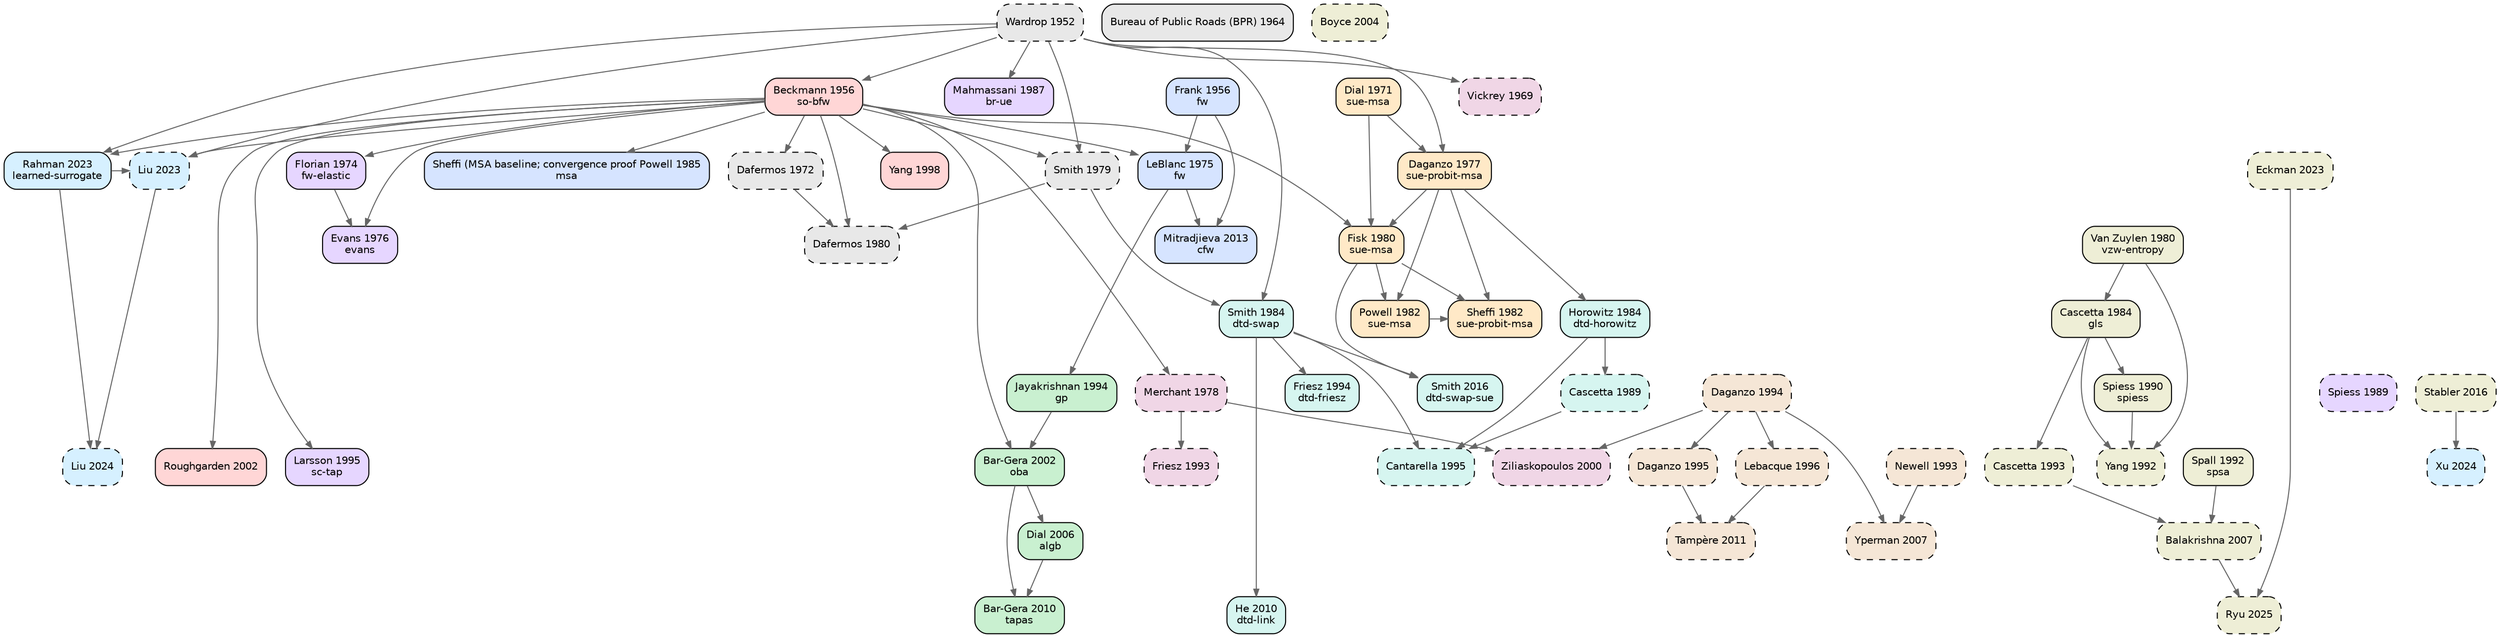
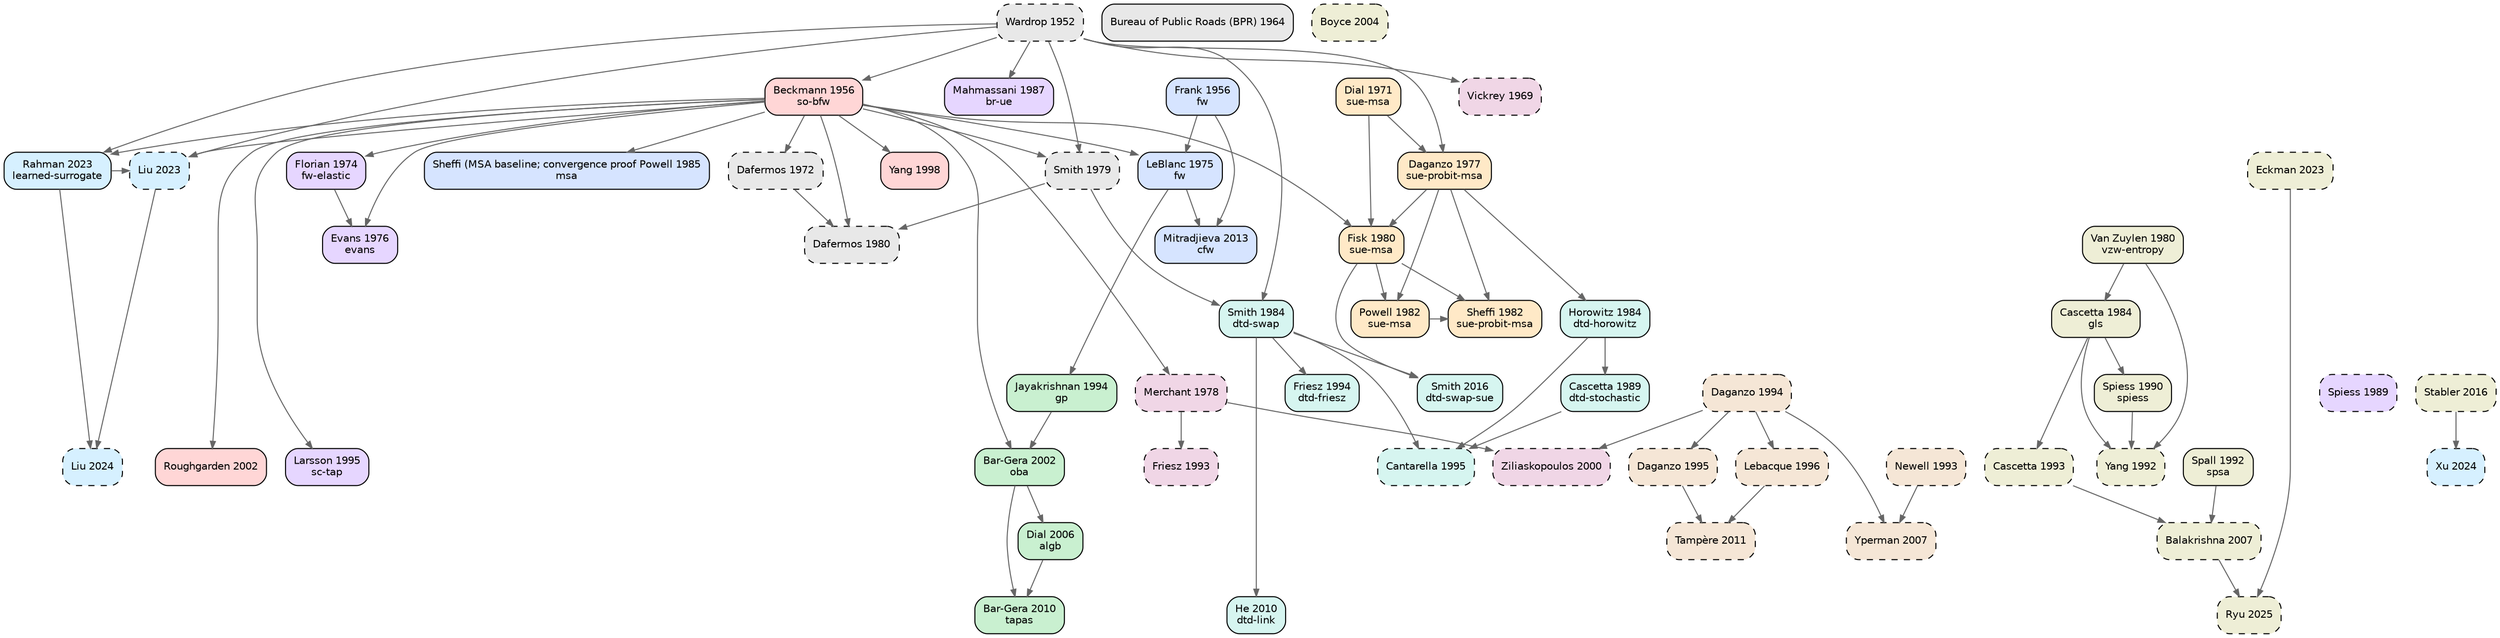
digraph TA_evolution {
  rankdir=TB; node [shape=box,style="rounded,filled",fontname="Helvetica",fontsize=10];
  edge [color="#666666",arrowsize=0.7];
  { rank=same; "wardrop1952some" }
  { rank=same; "frank1956algorithm" "beckmann1956studies" }
  { rank=same; "bpr1964traffic" }
  { rank=same; "vickrey1969congestion" }
  { rank=same; "dial1971probabilistic" }
  { rank=same; "dafermos1972traffic" }
  { rank=same; "florian1974method" }
  { rank=same; "leblanc1975efficient" }
  { rank=same; "evans1976derivation" }
  { rank=same; "daganzo1977stochastic" }
  { rank=same; "merchant1978model" }
  { rank=same; "smith1979existence" }
  { rank=same; "dafermos1980traffic" "fisk1980some" "vanzuylen1980most" }
  { rank=same; "powell1982convergence" "sheffi1982algorithm" }
  { rank=same; "horowitz1984stability" "smith1984stability" "cascetta1984estimation" }
  { rank=same; "sheffi1985urban" }
  { rank=same; "mahmassani1987on" }
  { rank=same; "spiess1989optimal" "cascetta1989stochastic" }
  { rank=same; "spiess1990gradient" }
  { rank=same; "spall1992multivariate" "yang1992estimation" }
  { rank=same; "newell1993simplified" "friesz1993variational" "cascetta1993dynamic" }
  { rank=same; "jayakrishnan1994faster" "friesz1994daytoday" "daganzo1994cell" }
  { rank=same; "larsson1995augmented" "cantarella1995dynamic" "daganzo1995cell" }
  { rank=same; "lebacque1996godunov" }
  { rank=same; "yang1998principle" }
  { rank=same; "ziliaskopoulos2000linear" }
  { rank=same; "bargera2002origin" "roughgarden2002how" }
  { rank=same; "boyce2004convergence" }
  { rank=same; "dial2006path" }
  { rank=same; "yperman2007link" "balakrishna2007offline" }
  { rank=same; "bargera2010traffic" "he2010linkbased" }
  { rank=same; "tampere2011generic" }
  { rank=same; "mitradjieva2013stiff" }
  { rank=same; "smith2016routeswapping" "stabler2016transportation" }
  { rank=same; "liu2023end" "rahman2023data" "eckman2023simopt" }
  { rank=same; "liu2024end" "xu2024unified" }
  { rank=same; "ryu2025bo4mob" }
  "wardrop1952some" [label="Wardrop 1952\n",fillcolor="#e8e8e8",style="rounded,filled,dashed"];
  "bpr1964traffic" [label="Bureau of Public Roads (BPR) 1964\n",fillcolor="#e8e8e8",style="rounded,filled"];
  "dafermos1972traffic" [label="Dafermos 1972\n",fillcolor="#e8e8e8",style="rounded,filled,dashed"];
  "smith1979existence" [label="Smith 1979\n",fillcolor="#e8e8e8",style="rounded,filled,dashed"];
  "dafermos1980traffic" [label="Dafermos 1980\n",fillcolor="#e8e8e8",style="rounded,filled,dashed"];
  "frank1956algorithm" [label="Frank 1956\nfw",fillcolor="#d6e4ff",style="rounded,filled"];
  "leblanc1975efficient" [label="LeBlanc 1975\nfw",fillcolor="#d6e4ff",style="rounded,filled"];
  "sheffi1985urban" [label="Sheffi (MSA baseline; convergence proof Powell 1985\nmsa",fillcolor="#d6e4ff",style="rounded,filled"];
  "mitradjieva2013stiff" [label="Mitradjieva 2013\ncfw",fillcolor="#d6e4ff",style="rounded,filled"];
  "jayakrishnan1994faster" [label="Jayakrishnan 1994\ngp",fillcolor="#c9f0d0",style="rounded,filled"];
  "bargera2002origin" [label="Bar-Gera 2002\noba",fillcolor="#c9f0d0",style="rounded,filled"];
  "dial2006path" [label="Dial 2006\nalgb",fillcolor="#c9f0d0",style="rounded,filled"];
  "bargera2010traffic" [label="Bar-Gera 2010\ntapas",fillcolor="#c9f0d0",style="rounded,filled"];
  "dial1971probabilistic" [label="Dial 1971\nsue-msa",fillcolor="#ffe9c7",style="rounded,filled"];
  "daganzo1977stochastic" [label="Daganzo 1977\nsue-probit-msa",fillcolor="#ffe9c7",style="rounded,filled"];
  "fisk1980some" [label="Fisk 1980\nsue-msa",fillcolor="#ffe9c7",style="rounded,filled"];
  "powell1982convergence" [label="Powell 1982\nsue-msa",fillcolor="#ffe9c7",style="rounded,filled"];
  "sheffi1982algorithm" [label="Sheffi 1982\nsue-probit-msa",fillcolor="#ffe9c7",style="rounded,filled"];
  "beckmann1956studies" [label="Beckmann 1956\nso-bfw",fillcolor="#ffd6d6",style="rounded,filled"];
  "yang1998principle" [label="Yang 1998\n",fillcolor="#ffd6d6",style="rounded,filled"];
  "roughgarden2002how" [label="Roughgarden 2002\n",fillcolor="#ffd6d6",style="rounded,filled"];
  "florian1974method" [label="Florian 1974\nfw-elastic",fillcolor="#e6d6ff",style="rounded,filled"];
  "evans1976derivation" [label="Evans 1976\nevans",fillcolor="#e6d6ff",style="rounded,filled"];
  "mahmassani1987on" [label="Mahmassani 1987\nbr-ue",fillcolor="#e6d6ff",style="rounded,filled"];
  "spiess1989optimal" [label="Spiess 1989\n",fillcolor="#e6d6ff",style="rounded,filled,dashed"];
  "larsson1995augmented" [label="Larsson 1995\nsc-tap",fillcolor="#e6d6ff",style="rounded,filled"];
  "horowitz1984stability" [label="Horowitz 1984\ndtd-horowitz",fillcolor="#d6f5f0",style="rounded,filled"];
  "smith1984stability" [label="Smith 1984\ndtd-swap",fillcolor="#d6f5f0",style="rounded,filled"];
-   "cascetta1989stochastic" [label="Cascetta 1989\n",fillcolor="#d6f5f0",style="rounded,filled,dashed"];
+   "cascetta1989stochastic" [label="Cascetta 1989\ndtd-stochastic",fillcolor="#d6f5f0",style="rounded,filled"];
  "friesz1994daytoday" [label="Friesz 1994\ndtd-friesz",fillcolor="#d6f5f0",style="rounded,filled"];
  "cantarella1995dynamic" [label="Cantarella 1995\n",fillcolor="#d6f5f0",style="rounded,filled,dashed"];
  "he2010linkbased" [label="He 2010\ndtd-link",fillcolor="#d6f5f0",style="rounded,filled"];
  "smith2016routeswapping" [label="Smith 2016\ndtd-swap-sue",fillcolor="#d6f5f0",style="rounded,filled"];
  "newell1993simplified" [label="Newell 1993\n",fillcolor="#f5e6d6",style="rounded,filled,dashed"];
  "daganzo1994cell" [label="Daganzo 1994\n",fillcolor="#f5e6d6",style="rounded,filled,dashed"];
  "daganzo1995cell" [label="Daganzo 1995\n",fillcolor="#f5e6d6",style="rounded,filled,dashed"];
  "lebacque1996godunov" [label="Lebacque 1996\n",fillcolor="#f5e6d6",style="rounded,filled,dashed"];
  "yperman2007link" [label="Yperman 2007\n",fillcolor="#f5e6d6",style="rounded,filled,dashed"];
  "tampere2011generic" [label="Tampère 2011\n",fillcolor="#f5e6d6",style="rounded,filled,dashed"];
  "vickrey1969congestion" [label="Vickrey 1969\n",fillcolor="#f0d6e6",style="rounded,filled,dashed"];
  "merchant1978model" [label="Merchant 1978\n",fillcolor="#f0d6e6",style="rounded,filled,dashed"];
  "friesz1993variational" [label="Friesz 1993\n",fillcolor="#f0d6e6",style="rounded,filled,dashed"];
  "ziliaskopoulos2000linear" [label="Ziliaskopoulos 2000\n",fillcolor="#f0d6e6",style="rounded,filled,dashed"];
  "liu2023end" [label="Liu 2023\n",fillcolor="#d6f0ff",style="rounded,filled,dashed"];
  "rahman2023data" [label="Rahman 2023\nlearned-surrogate",fillcolor="#d6f0ff",style="rounded,filled"];
  "liu2024end" [label="Liu 2024\n",fillcolor="#d6f0ff",style="rounded,filled,dashed"];
  "xu2024unified" [label="Xu 2024\n",fillcolor="#d6f0ff",style="rounded,filled,dashed"];
  "vanzuylen1980most" [label="Van Zuylen 1980\nvzw-entropy",fillcolor="#eeeed6",style="rounded,filled"];
  "cascetta1984estimation" [label="Cascetta 1984\ngls",fillcolor="#eeeed6",style="rounded,filled"];
  "spiess1990gradient" [label="Spiess 1990\nspiess",fillcolor="#eeeed6",style="rounded,filled"];
  "spall1992multivariate" [label="Spall 1992\nspsa",fillcolor="#eeeed6",style="rounded,filled"];
  "yang1992estimation" [label="Yang 1992\n",fillcolor="#eeeed6",style="rounded,filled,dashed"];
  "cascetta1993dynamic" [label="Cascetta 1993\n",fillcolor="#eeeed6",style="rounded,filled,dashed"];
  "boyce2004convergence" [label="Boyce 2004\n",fillcolor="#eeeed6",style="rounded,filled,dashed"];
  "balakrishna2007offline" [label="Balakrishna 2007\n",fillcolor="#eeeed6",style="rounded,filled,dashed"];
  "stabler2016transportation" [label="Stabler 2016\n",fillcolor="#eeeed6",style="rounded,filled,dashed"];
  "eckman2023simopt" [label="Eckman 2023\n",fillcolor="#eeeed6",style="rounded,filled,dashed"];
  "ryu2025bo4mob" [label="Ryu 2025\n",fillcolor="#eeeed6",style="rounded,filled,dashed"];
  "beckmann1956studies" -> "dafermos1972traffic";
  "wardrop1952some" -> "smith1979existence";
  "beckmann1956studies" -> "smith1979existence";
  "smith1979existence" -> "dafermos1980traffic";
  "beckmann1956studies" -> "dafermos1980traffic";
  "dafermos1972traffic" -> "dafermos1980traffic";
  "frank1956algorithm" -> "leblanc1975efficient";
  "beckmann1956studies" -> "leblanc1975efficient";
  "beckmann1956studies" -> "sheffi1985urban";
  "leblanc1975efficient" -> "mitradjieva2013stiff";
  "frank1956algorithm" -> "mitradjieva2013stiff";
  "leblanc1975efficient" -> "jayakrishnan1994faster";
  "jayakrishnan1994faster" -> "bargera2002origin";
  "beckmann1956studies" -> "bargera2002origin";
  "bargera2002origin" -> "dial2006path";
  "dial2006path" -> "bargera2010traffic";
  "bargera2002origin" -> "bargera2010traffic";
  "dial1971probabilistic" -> "daganzo1977stochastic";
  "wardrop1952some" -> "daganzo1977stochastic";
  "daganzo1977stochastic" -> "fisk1980some";
  "dial1971probabilistic" -> "fisk1980some";
  "beckmann1956studies" -> "fisk1980some";
  "fisk1980some" -> "powell1982convergence";
  "daganzo1977stochastic" -> "powell1982convergence";
  "daganzo1977stochastic" -> "sheffi1982algorithm";
  "powell1982convergence" -> "sheffi1982algorithm";
  "fisk1980some" -> "sheffi1982algorithm";
  "wardrop1952some" -> "beckmann1956studies";
  "beckmann1956studies" -> "yang1998principle";
  "beckmann1956studies" -> "roughgarden2002how";
  "beckmann1956studies" -> "florian1974method";
  "beckmann1956studies" -> "evans1976derivation";
  "florian1974method" -> "evans1976derivation";
  "wardrop1952some" -> "mahmassani1987on";
  "beckmann1956studies" -> "larsson1995augmented";
  "daganzo1977stochastic" -> "horowitz1984stability";
  "smith1979existence" -> "smith1984stability";
  "wardrop1952some" -> "smith1984stability";
  "horowitz1984stability" -> "cascetta1989stochastic";
  "smith1984stability" -> "friesz1994daytoday";
  "cascetta1989stochastic" -> "cantarella1995dynamic";
  "smith1984stability" -> "cantarella1995dynamic";
  "horowitz1984stability" -> "cantarella1995dynamic";
  "smith1984stability" -> "he2010linkbased";
  "smith1984stability" -> "smith2016routeswapping";
  "fisk1980some" -> "smith2016routeswapping";
  "daganzo1994cell" -> "daganzo1995cell";
  "daganzo1994cell" -> "lebacque1996godunov";
  "newell1993simplified" -> "yperman2007link";
  "daganzo1994cell" -> "yperman2007link";
  "daganzo1995cell" -> "tampere2011generic";
  "lebacque1996godunov" -> "tampere2011generic";
  "wardrop1952some" -> "vickrey1969congestion";
  "beckmann1956studies" -> "merchant1978model";
  "merchant1978model" -> "friesz1993variational";
  "merchant1978model" -> "ziliaskopoulos2000linear";
  "daganzo1994cell" -> "ziliaskopoulos2000linear";
  "rahman2023data" -> "liu2023end";
  "beckmann1956studies" -> "liu2023end";
  "wardrop1952some" -> "liu2023end";
  "wardrop1952some" -> "rahman2023data";
  "beckmann1956studies" -> "rahman2023data";
  "rahman2023data" -> "liu2024end";
  "liu2023end" -> "liu2024end";
  "stabler2016transportation" -> "xu2024unified";
  "vanzuylen1980most" -> "cascetta1984estimation";
  "cascetta1984estimation" -> "spiess1990gradient";
  "cascetta1984estimation" -> "yang1992estimation";
  "spiess1990gradient" -> "yang1992estimation";
  "vanzuylen1980most" -> "yang1992estimation";
  "cascetta1984estimation" -> "cascetta1993dynamic";
  "spall1992multivariate" -> "balakrishna2007offline";
  "cascetta1993dynamic" -> "balakrishna2007offline";
  "eckman2023simopt" -> "ryu2025bo4mob";
  "balakrishna2007offline" -> "ryu2025bo4mob";
}
